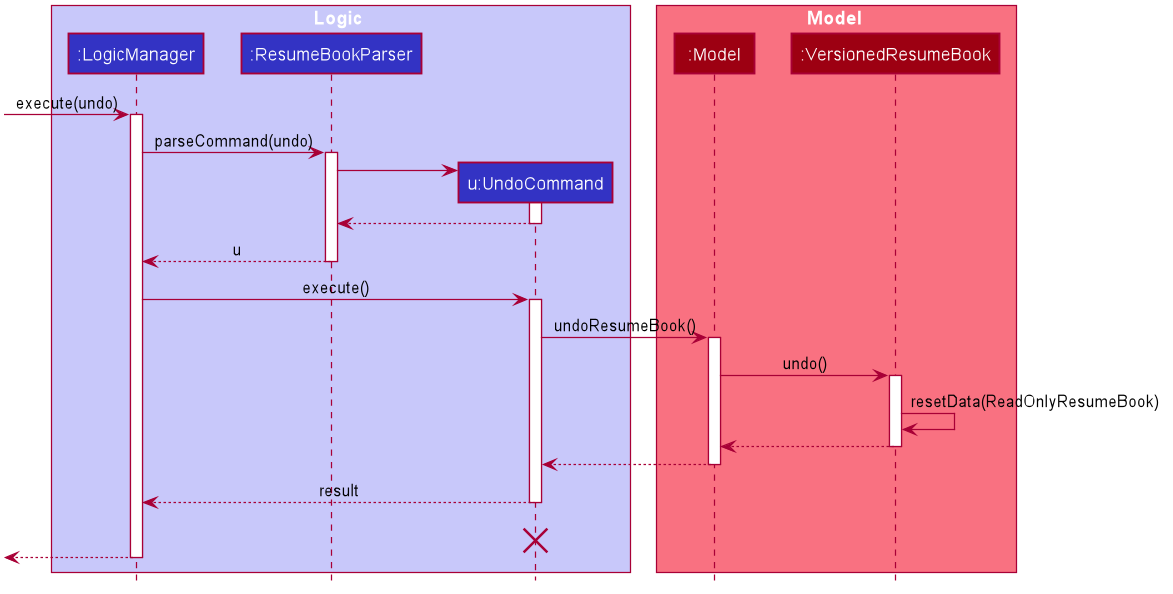
This is images/UndoSequenceDiagram.png from AY1920S2-CS2103T-F10-1/main, a PlantUML export, as it was before one commit.
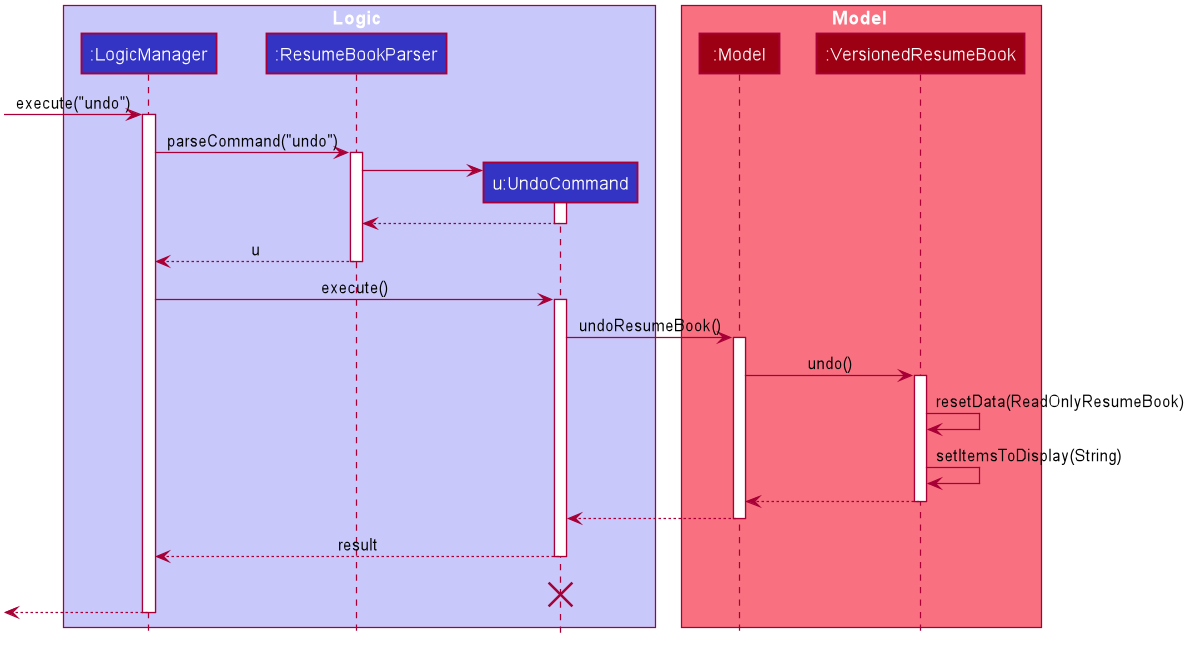
The same diagram one commit later.

Change to the diagram source:
```diff
@@ -1,4 +1,5 @@
 @startuml
+
 
 
 
@@ -58,10 +59,10 @@
 participant ":Model" as Model #9D0012
 participant ":VersionedResumeBook" as VersionedResumeBook #9D0012
 end box
-[-> LogicManager : execute(undo)
+[-> LogicManager : execute("undo")
 activate LogicManager
 
-LogicManager -> ResumeBookParser : parseCommand(undo)
+LogicManager -> ResumeBookParser : parseCommand("undo")
 activate ResumeBookParser
 
 create UndoCommand
@@ -84,6 +85,7 @@
 activate VersionedResumeBook
 
 VersionedResumeBook -> VersionedResumeBook :resetData(ReadOnlyResumeBook)
+VersionedResumeBook -> VersionedResumeBook :setItemsToDisplay(String)
 VersionedResumeBook --> Model :
 deactivate VersionedResumeBook
 
```
